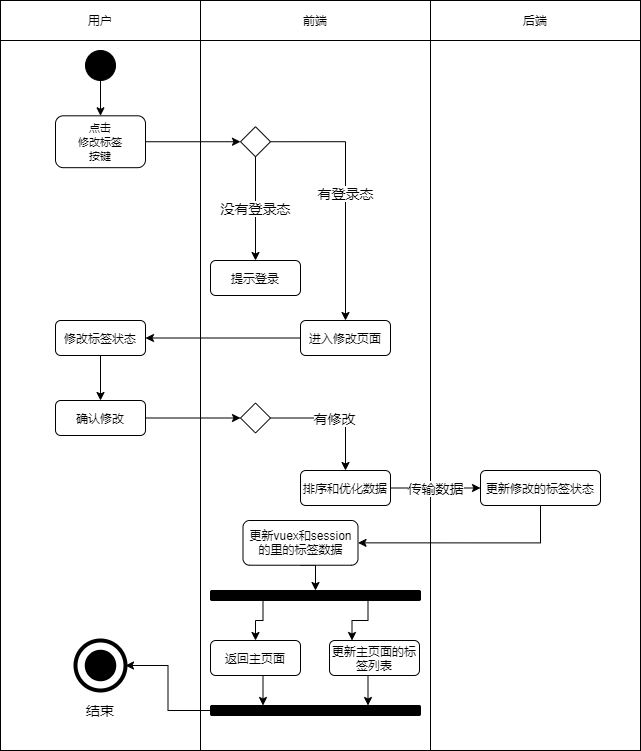
This is user.bbs-update-label.active.drawio.png from Jater0/Graduation, a draw.io export, as it was before one commit. Source tidied: cells renumbered, new cells last; positions are measured from the earlier drawing's top-left corner, leaving out a move shared by most shapes. Source of this version:
```xml
<mxGraphModel>
  <root>
    <mxCell id="0" />
    <mxCell id="1" parent="0" />
    <mxCell id="2" style="rounded=0;whiteSpace=wrap;html=1;" parent="1" vertex="1">
      <mxGeometry x="430" y="40" width="210" height="710" as="geometry" />
    </mxCell>
    <mxCell id="3" style="rounded=0;whiteSpace=wrap;html=1;" parent="1" vertex="1">
      <mxGeometry y="40" width="200" height="710" as="geometry" />
    </mxCell>
    <mxCell id="4" style="rounded=0;whiteSpace=wrap;html=1;" parent="1" vertex="1">
      <mxGeometry x="200" y="40" width="230" height="710" as="geometry" />
    </mxCell>
    <mxCell id="5" value="用户" style="rounded=0;whiteSpace=wrap;html=1;" parent="1" vertex="1">
      <mxGeometry width="200" height="40" as="geometry" />
    </mxCell>
    <mxCell id="6" value="前端" style="rounded=0;whiteSpace=wrap;html=1;" parent="1" vertex="1">
      <mxGeometry x="200" width="230" height="40" as="geometry" />
    </mxCell>
    <mxCell id="7" value="后端" style="rounded=0;whiteSpace=wrap;html=1;" parent="1" vertex="1">
      <mxGeometry x="430" width="210" height="40" as="geometry" />
    </mxCell>
    <mxCell id="8" style="edgeStyle=orthogonalEdgeStyle;rounded=0;jettySize=auto;html=1;exitX=0.5;exitY=1;exitDx=0;exitDy=0;" parent="1" edge="1" source="9" target="11">
      <mxGeometry relative="1" as="geometry" />
    </mxCell>
    <mxCell id="9" style="ellipse;whiteSpace=wrap;html=1;background=black;strokeColor=#030303;fillColor=#000000;" parent="1" vertex="1">
      <mxGeometry x="85" y="50" width="30" height="30" as="geometry" />
    </mxCell>
    <mxCell id="10" style="edgeStyle=orthogonalEdgeStyle;rounded=0;jettySize=auto;html=1;exitX=1;exitY=0.5;exitDx=0;exitDy=0;entryX=0;entryY=0.5;entryDx=0;entryDy=0;" parent="1" edge="1" source="11" target="16">
      <mxGeometry relative="1" as="geometry" />
    </mxCell>
    <mxCell id="11" value="&lt;span style=&quot;font-size: 11px ; background-color: rgb(255 , 255 , 255)&quot;&gt;点击&lt;br&gt;修改标签&lt;br&gt;按键&lt;/span&gt;" style="rounded=1;whiteSpace=wrap;html=1;" parent="1" vertex="1">
      <mxGeometry x="55" y="115.3" width="90" height="51.9" as="geometry" />
    </mxCell>
    <mxCell id="12" style="ellipse;whiteSpace=wrap;html=1;rounded=1;strokeColor=#000000;strokeWidth=4;fillColor=none;gradientColor=none;fontSize=14;" parent="1" vertex="1">
      <mxGeometry x="75" y="640" width="50" height="50" as="geometry" />
    </mxCell>
    <mxCell id="13" style="ellipse;whiteSpace=wrap;html=1;rounded=1;strokeWidth=4;fontSize=14;fillColor=#000000;" parent="1" vertex="1">
      <mxGeometry x="86.2" y="651.2" width="27.5" height="27.5" as="geometry" />
    </mxCell>
    <mxCell id="14" value="结束" style="text;html=1;strokeColor=none;fillColor=none;align=center;verticalAlign=middle;whiteSpace=wrap;rounded=0;fontSize=14;" parent="1" vertex="1">
      <mxGeometry x="80" y="700" width="40" height="20" as="geometry" />
    </mxCell>
    <mxCell id="15" value="有登录态" style="edgeStyle=orthogonalEdgeStyle;rounded=0;jettySize=auto;html=1;exitX=1;exitY=0.5;exitDx=0;exitDy=0;entryX=0.5;entryY=0;entryDx=0;entryDy=0;fontSize=14;" parent="1" edge="1" source="16" target="20">
      <mxGeometry relative="1" as="geometry" />
    </mxCell>
    <mxCell id="16" style="rhombus;whiteSpace=wrap;html=1;" parent="1" vertex="1">
      <mxGeometry x="240" y="126.2" width="30" height="30" as="geometry" />
    </mxCell>
    <mxCell id="17" value="没有登录态" style="endArrow=classic;html=1;fontSize=14;exitX=0.5;exitY=1;exitDx=0;exitDy=0;entryX=0.5;entryY=0;entryDx=0;entryDy=0;" parent="1" edge="1" source="16" target="18">
      <mxGeometry relative="1" as="geometry" />
    </mxCell>
    <mxCell id="18" value="提示登录" style="rounded=1;whiteSpace=wrap;html=1;" parent="1" vertex="1">
      <mxGeometry x="210" y="260" width="90" height="35" as="geometry" />
    </mxCell>
    <mxCell id="19" style="edgeStyle=orthogonalEdgeStyle;rounded=0;jettySize=auto;html=1;exitX=0;exitY=0.5;exitDx=0;exitDy=0;entryX=1;entryY=0.5;entryDx=0;entryDy=0;fontSize=14;" parent="1" edge="1" source="20" target="22">
      <mxGeometry relative="1" as="geometry" />
    </mxCell>
    <mxCell id="20" value="进入修改页面" style="rounded=1;whiteSpace=wrap;html=1;" parent="1" vertex="1">
      <mxGeometry x="300" y="320" width="90" height="35" as="geometry" />
    </mxCell>
    <mxCell id="21" style="edgeStyle=orthogonalEdgeStyle;rounded=0;jettySize=auto;html=1;exitX=0.5;exitY=1;exitDx=0;exitDy=0;entryX=0.5;entryY=0;entryDx=0;entryDy=0;fontSize=14;" parent="1" edge="1" source="22" target="24">
      <mxGeometry relative="1" as="geometry" />
    </mxCell>
    <mxCell id="22" value="修改标签状态" style="rounded=1;whiteSpace=wrap;html=1;" parent="1" vertex="1">
      <mxGeometry x="55" y="320" width="90" height="35" as="geometry" />
    </mxCell>
    <mxCell id="23" style="edgeStyle=orthogonalEdgeStyle;rounded=0;jettySize=auto;html=1;exitX=1;exitY=0.5;exitDx=0;exitDy=0;entryX=0;entryY=0.5;entryDx=0;entryDy=0;fontSize=14;" parent="1" edge="1" source="24" target="26">
      <mxGeometry relative="1" as="geometry" />
    </mxCell>
    <mxCell id="24" value="确认修改" style="rounded=1;whiteSpace=wrap;html=1;" parent="1" vertex="1">
      <mxGeometry x="55" y="400" width="90" height="35" as="geometry" />
    </mxCell>
    <mxCell id="25" value="有修改" style="edgeStyle=orthogonalEdgeStyle;rounded=0;jettySize=auto;html=1;exitX=1;exitY=0.5;exitDx=0;exitDy=0;entryX=0.5;entryY=0;entryDx=0;entryDy=0;fontSize=14;" parent="1" edge="1" source="26" target="28">
      <mxGeometry relative="1" as="geometry" />
    </mxCell>
    <mxCell id="26" style="rhombus;whiteSpace=wrap;html=1;" parent="1" vertex="1">
      <mxGeometry x="240" y="402.5" width="30" height="30" as="geometry" />
    </mxCell>
    <mxCell id="27" value="传输数据" style="edgeStyle=orthogonalEdgeStyle;rounded=0;jettySize=auto;html=1;exitX=1;exitY=0.5;exitDx=0;exitDy=0;fontSize=14;" parent="1" edge="1" source="28" target="30">
      <mxGeometry relative="1" as="geometry" />
    </mxCell>
    <mxCell id="28" value="排序和优化数据" style="rounded=1;whiteSpace=wrap;html=1;" parent="1" vertex="1">
      <mxGeometry x="300" y="470" width="90" height="35" as="geometry" />
    </mxCell>
    <mxCell id="29" style="edgeStyle=orthogonalEdgeStyle;rounded=0;jettySize=auto;html=1;exitX=0.5;exitY=1;exitDx=0;exitDy=0;entryX=1;entryY=0.5;entryDx=0;entryDy=0;fontSize=14;" parent="1" edge="1" source="30" target="32">
      <mxGeometry relative="1" as="geometry" />
    </mxCell>
    <mxCell id="30" value="更新修改的标签状态" style="rounded=1;whiteSpace=wrap;html=1;" parent="1" vertex="1">
      <mxGeometry x="480" y="470" width="120" height="35" as="geometry" />
    </mxCell>
    <mxCell id="31" style="edgeStyle=orthogonalEdgeStyle;rounded=0;jettySize=auto;html=1;exitX=0.5;exitY=1;exitDx=0;exitDy=0;entryX=0.5;entryY=0;entryDx=0;entryDy=0;fontSize=14;" parent="1" edge="1" source="32" target="39">
      <mxGeometry relative="1" as="geometry" />
    </mxCell>
    <mxCell id="32" value="更新vuex和session的里的标签数据" style="rounded=1;whiteSpace=wrap;html=1;" parent="1" vertex="1">
      <mxGeometry x="242.5" y="520" width="115" height="44.7" as="geometry" />
    </mxCell>
    <mxCell id="33" style="edgeStyle=orthogonalEdgeStyle;rounded=0;jettySize=auto;html=1;exitX=0.5;exitY=1;exitDx=0;exitDy=0;entryX=0.75;entryY=0;entryDx=0;entryDy=0;fontSize=14;" parent="1" edge="1" source="34" target="41">
      <mxGeometry relative="1" as="geometry" />
    </mxCell>
    <mxCell id="34" value="更新主页面的标签列表" style="rounded=1;whiteSpace=wrap;html=1;" parent="1" vertex="1">
      <mxGeometry x="329" y="640" width="90" height="35" as="geometry" />
    </mxCell>
    <mxCell id="35" style="edgeStyle=orthogonalEdgeStyle;rounded=0;jettySize=auto;html=1;exitX=0.5;exitY=1;exitDx=0;exitDy=0;entryX=0.25;entryY=0;entryDx=0;entryDy=0;fontSize=14;" parent="1" edge="1" source="36" target="41">
      <mxGeometry relative="1" as="geometry" />
    </mxCell>
    <mxCell id="36" value="返回主页面" style="rounded=1;whiteSpace=wrap;html=1;" parent="1" vertex="1">
      <mxGeometry x="210" y="640" width="90" height="35" as="geometry" />
    </mxCell>
    <mxCell id="37" style="edgeStyle=orthogonalEdgeStyle;rounded=0;jettySize=auto;html=1;exitX=0.25;exitY=1;exitDx=0;exitDy=0;entryX=0.5;entryY=0;entryDx=0;entryDy=0;fontSize=14;" parent="1" edge="1" source="39" target="36">
      <mxGeometry relative="1" as="geometry">
        <Array as="points">
          <mxPoint x="263" y="620" />
          <mxPoint x="255" y="620" />
        </Array>
      </mxGeometry>
    </mxCell>
    <mxCell id="38" style="edgeStyle=orthogonalEdgeStyle;rounded=0;jettySize=auto;html=1;exitX=0.75;exitY=1;exitDx=0;exitDy=0;entryX=0.25;entryY=0;entryDx=0;entryDy=0;fontSize=14;" parent="1" edge="1" source="39" target="34">
      <mxGeometry relative="1" as="geometry" />
    </mxCell>
    <mxCell id="39" style="rounded=1;whiteSpace=wrap;html=1;fontSize=14;fillColor=#000000;" parent="1" vertex="1">
      <mxGeometry x="210" y="590" width="210" height="10" as="geometry" />
    </mxCell>
    <mxCell id="40" style="edgeStyle=orthogonalEdgeStyle;rounded=0;jettySize=auto;html=1;exitX=0;exitY=0.5;exitDx=0;exitDy=0;entryX=1;entryY=0.5;entryDx=0;entryDy=0;fontSize=14;" parent="1" edge="1" source="41" target="12">
      <mxGeometry relative="1" as="geometry" />
    </mxCell>
    <mxCell id="41" style="rounded=1;whiteSpace=wrap;html=1;fontSize=14;fillColor=#000000;" parent="1" vertex="1">
      <mxGeometry x="210" y="705" width="210" height="10" as="geometry" />
    </mxCell>
  </root>
</mxGraphModel>
```
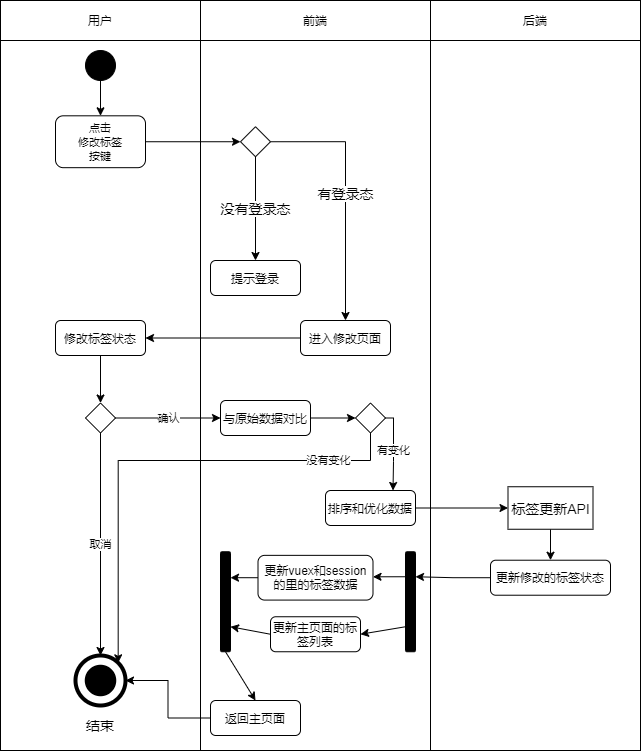
Later version of the same file.

What changed in the source:
```diff
@@ -33,13 +33,13 @@
       <mxGeometry x="55" y="115.3" width="90" height="51.9" as="geometry" />
     </mxCell>
     <mxCell id="12" style="ellipse;whiteSpace=wrap;html=1;rounded=1;strokeColor=#000000;strokeWidth=4;fillColor=none;gradientColor=none;fontSize=14;" parent="1" vertex="1">
-      <mxGeometry x="75" y="640" width="50" height="50" as="geometry" />
+      <mxGeometry x="75" y="655" width="50" height="50" as="geometry" />
     </mxCell>
     <mxCell id="13" style="ellipse;whiteSpace=wrap;html=1;rounded=1;strokeWidth=4;fontSize=14;fillColor=#000000;" parent="1" vertex="1">
-      <mxGeometry x="86.2" y="651.2" width="27.5" height="27.5" as="geometry" />
+      <mxGeometry x="86.2" y="666.2" width="27.5" height="27.5" as="geometry" />
     </mxCell>
     <mxCell id="14" value="结束" style="text;html=1;strokeColor=none;fillColor=none;align=center;verticalAlign=middle;whiteSpace=wrap;rounded=0;fontSize=14;" parent="1" vertex="1">
-      <mxGeometry x="80" y="700" width="40" height="20" as="geometry" />
+      <mxGeometry x="80" y="715" width="40" height="20" as="geometry" />
     </mxCell>
     <mxCell id="15" value="有登录态" style="edgeStyle=orthogonalEdgeStyle;rounded=0;jettySize=auto;html=1;exitX=1;exitY=0.5;exitDx=0;exitDy=0;entryX=0.5;entryY=0;entryDx=0;entryDy=0;fontSize=14;" parent="1" edge="1" source="16" target="20">
       <mxGeometry relative="1" as="geometry" />
@@ -59,73 +59,96 @@
     <mxCell id="20" value="进入修改页面" style="rounded=1;whiteSpace=wrap;html=1;" parent="1" vertex="1">
       <mxGeometry x="300" y="320" width="90" height="35" as="geometry" />
     </mxCell>
-    <mxCell id="21" style="edgeStyle=orthogonalEdgeStyle;rounded=0;jettySize=auto;html=1;exitX=0.5;exitY=1;exitDx=0;exitDy=0;entryX=0.5;entryY=0;entryDx=0;entryDy=0;fontSize=14;" parent="1" edge="1" source="22" target="24">
-      <mxGeometry relative="1" as="geometry" />
-    </mxCell>
+    <mxCell id="42" style="edgeStyle=orthogonalEdgeStyle;rounded=0;jettySize=auto;html=1;exitX=0.5;exitY=1;exitDx=0;exitDy=0;entryX=0.5;entryY=0;entryDx=0;entryDy=0;" parent="1" edge="1" source="22" target="50">
+      <mxGeometry relative="1" as="geometry" />
+    </mxCell>
     <mxCell id="22" value="修改标签状态" style="rounded=1;whiteSpace=wrap;html=1;" parent="1" vertex="1">
       <mxGeometry x="55" y="320" width="90" height="35" as="geometry" />
     </mxCell>
-    <mxCell id="23" style="edgeStyle=orthogonalEdgeStyle;rounded=0;jettySize=auto;html=1;exitX=1;exitY=0.5;exitDx=0;exitDy=0;entryX=0;entryY=0.5;entryDx=0;entryDy=0;fontSize=14;" parent="1" edge="1" source="24" target="26">
-      <mxGeometry relative="1" as="geometry" />
-    </mxCell>
-    <mxCell id="24" value="确认修改" style="rounded=1;whiteSpace=wrap;html=1;" parent="1" vertex="1">
-      <mxGeometry x="55" y="400" width="90" height="35" as="geometry" />
-    </mxCell>
-    <mxCell id="25" value="有修改" style="edgeStyle=orthogonalEdgeStyle;rounded=0;jettySize=auto;html=1;exitX=1;exitY=0.5;exitDx=0;exitDy=0;entryX=0.5;entryY=0;entryDx=0;entryDy=0;fontSize=14;" parent="1" edge="1" source="26" target="28">
-      <mxGeometry relative="1" as="geometry" />
-    </mxCell>
-    <mxCell id="26" style="rhombus;whiteSpace=wrap;html=1;" parent="1" vertex="1">
-      <mxGeometry x="240" y="402.5" width="30" height="30" as="geometry" />
-    </mxCell>
-    <mxCell id="27" value="传输数据" style="edgeStyle=orthogonalEdgeStyle;rounded=0;jettySize=auto;html=1;exitX=1;exitY=0.5;exitDx=0;exitDy=0;fontSize=14;" parent="1" edge="1" source="28" target="30">
-      <mxGeometry relative="1" as="geometry" />
-    </mxCell>
+    <mxCell id="43" style="edgeStyle=orthogonalEdgeStyle;rounded=0;jettySize=auto;html=1;exitX=1;exitY=0.5;exitDx=0;exitDy=0;entryX=0;entryY=0.5;entryDx=0;entryDy=0;" parent="1" edge="1" source="28" target="57">
+      <mxGeometry relative="1" as="geometry" />
+    </mxCell>
     <mxCell id="28" value="排序和优化数据" style="rounded=1;whiteSpace=wrap;html=1;" parent="1" vertex="1">
-      <mxGeometry x="300" y="470" width="90" height="35" as="geometry" />
+      <mxGeometry x="325" y="490" width="90" height="35" as="geometry" />
     </mxCell>
-    <mxCell id="29" style="edgeStyle=orthogonalEdgeStyle;rounded=0;jettySize=auto;html=1;exitX=0.5;exitY=1;exitDx=0;exitDy=0;entryX=1;entryY=0.5;entryDx=0;entryDy=0;fontSize=14;" parent="1" edge="1" source="30" target="32">
-      <mxGeometry relative="1" as="geometry" />
-    </mxCell>
+    <mxCell id="44" style="edgeStyle=orthogonalEdgeStyle;rounded=0;jettySize=auto;html=1;exitX=0;exitY=0.5;exitDx=0;exitDy=0;entryX=0.25;entryY=0;entryDx=0;entryDy=0;" parent="1" edge="1" source="30" target="39">
+      <mxGeometry relative="1" as="geometry" />
+    </mxCell>
     <mxCell id="30" value="更新修改的标签状态" style="rounded=1;whiteSpace=wrap;html=1;" parent="1" vertex="1">
-      <mxGeometry x="480" y="470" width="120" height="35" as="geometry" />
+      <mxGeometry x="490" y="559.7" width="120" height="35" as="geometry" />
     </mxCell>
-    <mxCell id="31" style="edgeStyle=orthogonalEdgeStyle;rounded=0;jettySize=auto;html=1;exitX=0.5;exitY=1;exitDx=0;exitDy=0;entryX=0.5;entryY=0;entryDx=0;entryDy=0;fontSize=14;" parent="1" edge="1" source="32" target="39">
-      <mxGeometry relative="1" as="geometry" />
-    </mxCell>
+    <mxCell id="45" style="edgeStyle=orthogonalEdgeStyle;rounded=0;jettySize=auto;html=1;exitX=0;exitY=0.5;exitDx=0;exitDy=0;entryX=0.25;entryY=0;entryDx=0;entryDy=0;" parent="1" edge="1" source="32" target="58">
+      <mxGeometry relative="1" as="geometry" />
+    </mxCell>
     <mxCell id="32" value="更新vuex和session的里的标签数据" style="rounded=1;whiteSpace=wrap;html=1;" parent="1" vertex="1">
-      <mxGeometry x="242.5" y="520" width="115" height="44.7" as="geometry" />
+      <mxGeometry x="257.5" y="554.9" width="115" height="44.7" as="geometry" />
     </mxCell>
-    <mxCell id="33" style="edgeStyle=orthogonalEdgeStyle;rounded=0;jettySize=auto;html=1;exitX=0.5;exitY=1;exitDx=0;exitDy=0;entryX=0.75;entryY=0;entryDx=0;entryDy=0;fontSize=14;" parent="1" edge="1" source="34" target="41">
-      <mxGeometry relative="1" as="geometry" />
-    </mxCell>
     <mxCell id="34" value="更新主页面的标签列表" style="rounded=1;whiteSpace=wrap;html=1;" parent="1" vertex="1">
-      <mxGeometry x="329" y="640" width="90" height="35" as="geometry" />
+      <mxGeometry x="270" y="616.2" width="90" height="35" as="geometry" />
     </mxCell>
-    <mxCell id="35" style="edgeStyle=orthogonalEdgeStyle;rounded=0;jettySize=auto;html=1;exitX=0.5;exitY=1;exitDx=0;exitDy=0;entryX=0.25;entryY=0;entryDx=0;entryDy=0;fontSize=14;" parent="1" edge="1" source="36" target="41">
-      <mxGeometry relative="1" as="geometry" />
-    </mxCell>
+    <mxCell id="46" style="edgeStyle=orthogonalEdgeStyle;rounded=0;jettySize=auto;html=1;exitX=0;exitY=0.5;exitDx=0;exitDy=0;entryX=1;entryY=0.5;entryDx=0;entryDy=0;" parent="1" edge="1" source="36" target="12">
+      <mxGeometry relative="1" as="geometry" />
+    </mxCell>
     <mxCell id="36" value="返回主页面" style="rounded=1;whiteSpace=wrap;html=1;" parent="1" vertex="1">
-      <mxGeometry x="210" y="640" width="90" height="35" as="geometry" />
+      <mxGeometry x="210" y="700" width="90" height="35" as="geometry" />
     </mxCell>
-    <mxCell id="37" style="edgeStyle=orthogonalEdgeStyle;rounded=0;jettySize=auto;html=1;exitX=0.25;exitY=1;exitDx=0;exitDy=0;entryX=0.5;entryY=0;entryDx=0;entryDy=0;fontSize=14;" parent="1" edge="1" source="39" target="36">
-      <mxGeometry relative="1" as="geometry">
-        <Array as="points">
-          <mxPoint x="263" y="620" />
-          <mxPoint x="255" y="620" />
-        </Array>
-      </mxGeometry>
-    </mxCell>
+    <mxCell id="47" style="edgeStyle=orthogonalEdgeStyle;rounded=0;jettySize=auto;html=1;exitX=0.25;exitY=1;exitDx=0;exitDy=0;entryX=1;entryY=0.5;entryDx=0;entryDy=0;" parent="1" edge="1" source="39" target="32">
+      <mxGeometry relative="1" as="geometry" />
+    </mxCell>
+    <mxCell id="39" style="rounded=1;whiteSpace=wrap;html=1;fontSize=14;fillColor=#000000;direction=south;" parent="1" vertex="1">
+      <mxGeometry x="405" y="551.2" width="10" height="100" as="geometry" />
+    </mxCell>
+    <mxCell id="48" value="确认" style="edgeStyle=orthogonalEdgeStyle;rounded=0;jettySize=auto;html=1;exitX=1;exitY=0.5;exitDx=0;exitDy=0;entryX=0;entryY=0.5;entryDx=0;entryDy=0;" parent="1" edge="1" source="50" target="52">
+      <mxGeometry relative="1" as="geometry" />
+    </mxCell>
+    <mxCell id="49" value="取消" style="edgeStyle=orthogonalEdgeStyle;rounded=0;jettySize=auto;html=1;exitX=0.5;exitY=1;exitDx=0;exitDy=0;entryX=0.5;entryY=0;entryDx=0;entryDy=0;" parent="1" edge="1" source="50" target="12">
+      <mxGeometry relative="1" as="geometry" />
+    </mxCell>
+    <mxCell id="50" style="rhombus;whiteSpace=wrap;html=1;" parent="1" vertex="1">
+      <mxGeometry x="85" y="402.5" width="30" height="30" as="geometry" />
+    </mxCell>
+    <mxCell id="51" style="edgeStyle=orthogonalEdgeStyle;rounded=0;jettySize=auto;html=1;exitX=1;exitY=0.5;exitDx=0;exitDy=0;entryX=0;entryY=0.5;entryDx=0;entryDy=0;" parent="1" edge="1" source="52" target="55">
+      <mxGeometry relative="1" as="geometry" />
+    </mxCell>
+    <mxCell id="52" value="与原始数据对比" style="rounded=1;whiteSpace=wrap;html=1;" parent="1" vertex="1">
+      <mxGeometry x="220" y="400" width="90" height="35" as="geometry" />
+    </mxCell>
+    <mxCell id="53" value="有变化" style="edgeStyle=orthogonalEdgeStyle;rounded=0;jettySize=auto;html=1;exitX=1;exitY=0.5;exitDx=0;exitDy=0;entryX=0.75;entryY=0;entryDx=0;entryDy=0;" parent="1" edge="1" source="55" target="28">
+      <mxGeometry relative="1" as="geometry">
+        <Array as="points">
+          <mxPoint x="393" y="418" />
+          <mxPoint x="393" y="461" />
+        </Array>
+      </mxGeometry>
+    </mxCell>
+    <mxCell id="54" value="没有变化" style="edgeStyle=orthogonalEdgeStyle;rounded=0;jettySize=auto;html=1;exitX=0.5;exitY=1;exitDx=0;exitDy=0;entryX=1;entryY=0;entryDx=0;entryDy=0;" parent="1" edge="1" source="55" target="12">
+      <mxGeometry x="-0.71" relative="1" as="geometry">
+        <Array as="points">
+          <mxPoint x="370" y="460" />
+          <mxPoint x="118" y="460" />
+        </Array>
+      </mxGeometry>
+    </mxCell>
+    <mxCell id="55" style="rhombus;whiteSpace=wrap;html=1;" parent="1" vertex="1">
+      <mxGeometry x="355" y="402.5" width="30" height="30" as="geometry" />
+    </mxCell>
+    <mxCell id="56" style="edgeStyle=orthogonalEdgeStyle;rounded=0;jettySize=auto;html=1;exitX=0.5;exitY=1;exitDx=0;exitDy=0;entryX=0.5;entryY=0;entryDx=0;entryDy=0;" parent="1" edge="1" source="57" target="30">
+      <mxGeometry relative="1" as="geometry" />
+    </mxCell>
+    <mxCell id="57" value="标签更新API" style="rounded=0;whiteSpace=wrap;html=1;fontSize=14;" parent="1" vertex="1">
+      <mxGeometry x="507.5" y="486.2" width="85" height="42.5" as="geometry" />
+    </mxCell>
+    <mxCell id="58" style="rounded=1;whiteSpace=wrap;html=1;fontSize=14;fillColor=#000000;direction=south;" parent="1" vertex="1">
+      <mxGeometry x="220" y="551.2" width="10" height="100" as="geometry" />
+    </mxCell>
+    <mxCell id="59" style="endArrow=classic;html=1;exitX=0;exitY=0.5;exitDx=0;exitDy=0;entryX=0.75;entryY=0;entryDx=0;entryDy=0;" parent="1" edge="1" source="34" target="58">
+      <mxGeometry relative="1" as="geometry" />
+    </mxCell>
-    <mxCell id="38" style="edgeStyle=orthogonalEdgeStyle;rounded=0;jettySize=auto;html=1;exitX=0.75;exitY=1;exitDx=0;exitDy=0;entryX=0.25;entryY=0;entryDx=0;entryDy=0;fontSize=14;" parent="1" edge="1" source="39" target="34">
+    <mxCell id="38" style="endArrow=classic;html=1;exitX=0.75;exitY=1;exitDx=0;exitDy=0;entryX=1;entryY=0.5;entryDx=0;entryDy=0;" parent="1" edge="1" source="39" target="34">
       <mxGeometry relative="1" as="geometry" />
     </mxCell>
-    <mxCell id="39" style="rounded=1;whiteSpace=wrap;html=1;fontSize=14;fillColor=#000000;" parent="1" vertex="1">
-      <mxGeometry x="210" y="590" width="210" height="10" as="geometry" />
-    </mxCell>
-    <mxCell id="40" style="edgeStyle=orthogonalEdgeStyle;rounded=0;jettySize=auto;html=1;exitX=0;exitY=0.5;exitDx=0;exitDy=0;entryX=1;entryY=0.5;entryDx=0;entryDy=0;fontSize=14;" parent="1" edge="1" source="41" target="12">
-      <mxGeometry relative="1" as="geometry" />
-    </mxCell>
-    <mxCell id="41" style="rounded=1;whiteSpace=wrap;html=1;fontSize=14;fillColor=#000000;" parent="1" vertex="1">
-      <mxGeometry x="210" y="705" width="210" height="10" as="geometry" />
-    </mxCell>
+    <mxCell id="60" style="endArrow=classic;html=1;exitX=1;exitY=0.5;exitDx=0;exitDy=0;entryX=0.5;entryY=0;entryDx=0;entryDy=0;" parent="1" edge="1" source="58" target="36">
+      <mxGeometry relative="1" as="geometry" />
+    </mxCell>
   </root>
 </mxGraphModel>
```
